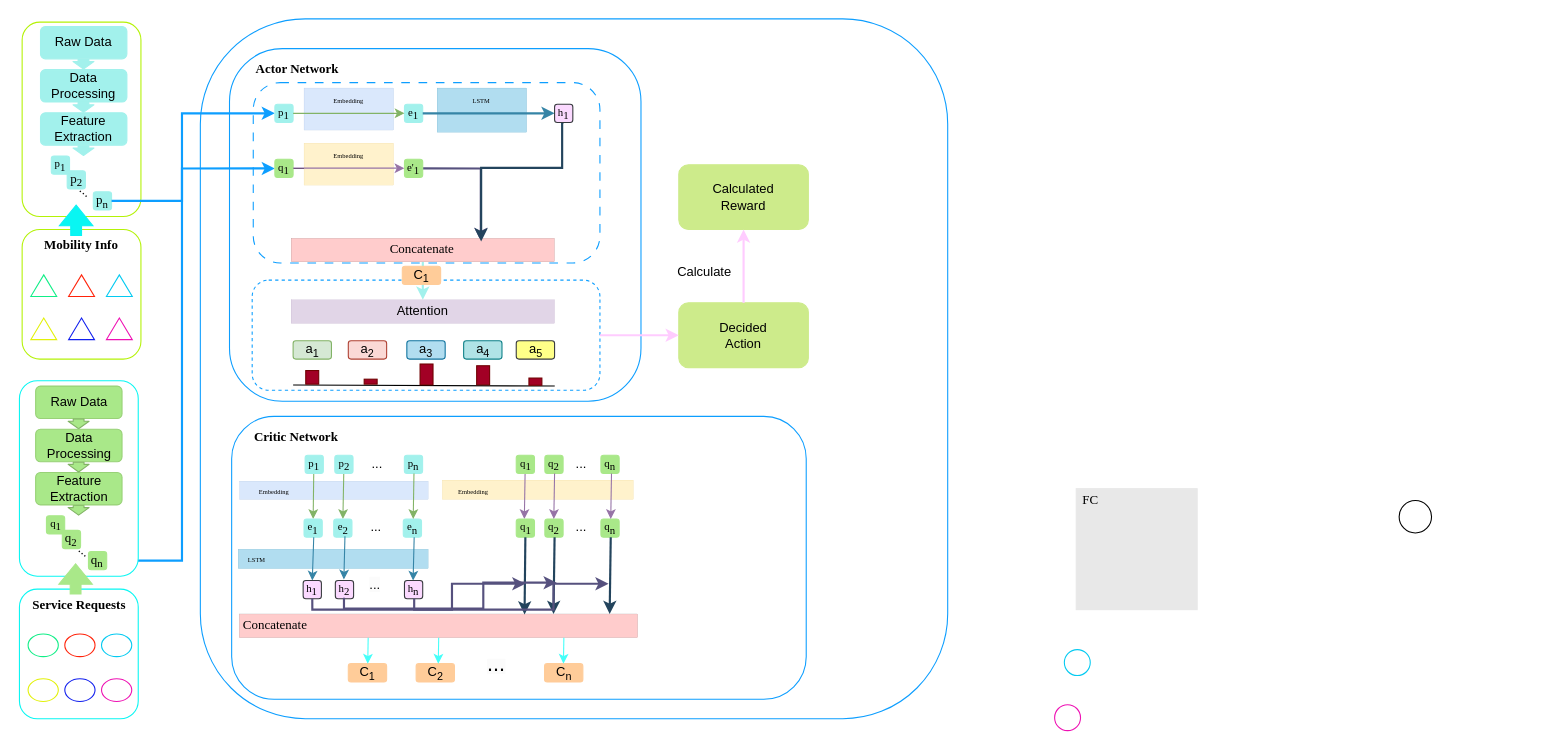
The draw.io diagram 3.drawio in DCLe-DA/Learning-DL-by-Hand, before the edit. Source tidied: cells renumbered, new cells numbered last; positions are measured from the earlier drawing's top-left corner, leaving out a move shared by most shapes. Both pictures are drawn from the tidied source at 108%, with x=0, y=0 at pixel (19, 18).
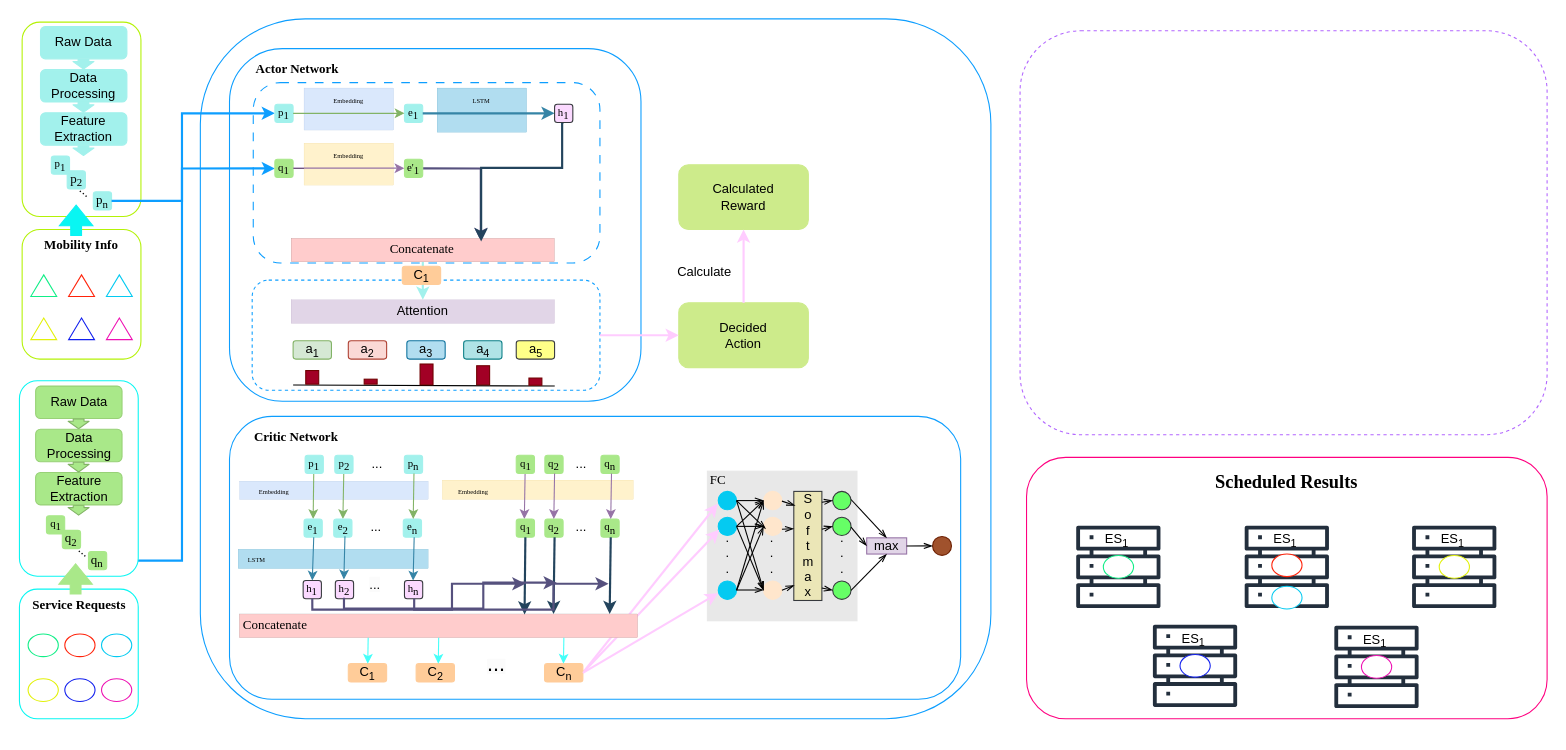
The same page after the edit.

The change refers to these unchanged cells:
```xml
<mxCell id="124" value="C&lt;sub&gt;n&lt;/sub&gt;" style="rounded=1;whiteSpace=wrap;html=1;strokeWidth=1;fontFamily=Helvetica;fontSize=12;fillColor=#ffcc99;strokeColor=#FFCC99;" parent="1" vertex="1">
  <mxGeometry x="485.7" y="597" width="35.5" height="17" as="geometry" />
</mxCell>
```

Diff of the diagram source:
```diff
@@
+    <mxCell id="32" style="rounded=1;whiteSpace=wrap;html=1;strokeWidth=1;fontFamily=Helvetica;fontSize=12;fontColor=default;fillColor=none;gradientColor=none;strokeColor=#0D9EFF;" parent="1" vertex="1">
+      <mxGeometry x="167" width="732" height="648" as="geometry" />
+    </mxCell>
+    <mxCell id="140" style="whiteSpace=wrap;html=1;fillColor=#E8E8E8;strokeColor=#E8E8E8;" parent="1" vertex="1">
+      <mxGeometry x="636.5" y="418.8" width="138.5" height="138.5" as="geometry" />
+    </mxCell>
+    <mxCell id="175" value="S&lt;br&gt;o&lt;br&gt;f&lt;br&gt;t&lt;br&gt;m&lt;br&gt;a&lt;br&gt;x" style="rounded=0;whiteSpace=wrap;html=1;fillColor=#EBE6B7;strokeColor=#36393d;" parent="1" vertex="1">
+      <mxGeometry x="716.5" y="437.5" width="26" height="101" as="geometry" />
+    </mxCell>
+    <mxCell id="141" value="&lt;font face=&quot;Times New Roman&quot;&gt;FC&lt;/font&gt;" style="text;strokeColor=none;align=center;fillColor=none;html=1;verticalAlign=middle;whiteSpace=wrap;rounded=0;" parent="1" vertex="1">
+      <mxGeometry x="632.5" y="416.5" width="27" height="21" as="geometry" />
+    </mxCell>
+    <mxCell id="173" style="ellipse;whiteSpace=wrap;html=1;strokeColor=#04caf1;fillColor=#04CAF1;" parent="1" vertex="1">
+      <mxGeometry x="646.5" y="437.5" width="17" height="17" as="geometry" />
+    </mxCell>
+    <mxCell id="174" style="ellipse;whiteSpace=wrap;html=1;strokeColor=#FFE6CC;fillColor=#ffe6cc;" parent="1" vertex="1">
+      <mxGeometry x="688.5" y="437.5" width="17" height="17" as="geometry" />
+    </mxCell>
+    <mxCell id="176" style="ellipse;whiteSpace=wrap;html=1;strokeColor=#04caf1;fillColor=#04CAF1;" parent="1" vertex="1">
+      <mxGeometry x="646.5" y="461.4" width="17" height="17" as="geometry" />
+    </mxCell>
+    <mxCell id="177" style="ellipse;whiteSpace=wrap;html=1;strokeColor=#04caf1;fillColor=#04CAF1;" parent="1" vertex="1">
+      <mxGeometry x="646.5" y="520.5" width="17" height="17" as="geometry" />
+    </mxCell>
+    <mxCell id="178" value=".&lt;br&gt;.&lt;br&gt;." style="text;strokeColor=none;align=center;fillColor=none;html=1;verticalAlign=middle;whiteSpace=wrap;rounded=0;" parent="1" vertex="1">
+      <mxGeometry x="647.5" y="488.5" width="15" height="13" as="geometry" />
+    </mxCell>
+    <mxCell id="179" style="ellipse;whiteSpace=wrap;html=1;strokeColor=#FFE6CC;fillColor=#ffe6cc;" parent="1" vertex="1">
+      <mxGeometry x="688.5" y="461.4" width="17" height="17" as="geometry" />
+    </mxCell>
+    <mxCell id="180" style="ellipse;whiteSpace=wrap;html=1;strokeColor=#FFE6CC;fillColor=#ffe6cc;" parent="1" vertex="1">
+      <mxGeometry x="688.5" y="520.5" width="17" height="17" as="geometry" />
+    </mxCell>
+    <mxCell id="181" value=".&lt;br&gt;.&lt;br&gt;." style="text;strokeColor=none;align=center;fillColor=none;html=1;verticalAlign=middle;whiteSpace=wrap;rounded=0;" parent="1" vertex="1">
+      <mxGeometry x="688.5" y="488.5" width="15" height="13" as="geometry" />
+    </mxCell>
+    <mxCell id="182" style="endArrow=openThin;html=1;rounded=0;entryX=0;entryY=0.5;entryDx=0;entryDy=0;exitX=1;exitY=0.5;exitDx=0;exitDy=0;endFill=0;" parent="1" edge="1" source="173" target="174">
+      <mxGeometry relative="1" as="geometry" />
+    </mxCell>
+    <mxCell id="183" style="endArrow=openThin;html=1;rounded=0;entryX=0.118;entryY=0.635;entryDx=0;entryDy=0;exitX=1;exitY=0.5;exitDx=0;exitDy=0;endFill=0;entryPerimeter=0;" parent="1" edge="1" source="173" target="179">
+      <mxGeometry relative="1" as="geometry" />
+    </mxCell>
+    <mxCell id="184" style="endArrow=openThin;html=1;rounded=0;entryX=0;entryY=0.5;entryDx=0;entryDy=0;exitX=1;exitY=0.5;exitDx=0;exitDy=0;endFill=0;" parent="1" edge="1" source="173" target="180">
+      <mxGeometry relative="1" as="geometry" />
+    </mxCell>
+    <mxCell id="185" style="endArrow=openThin;html=1;rounded=0;entryX=0;entryY=0.5;entryDx=0;entryDy=0;exitX=1;exitY=0.5;exitDx=0;exitDy=0;endFill=0;" parent="1" edge="1" source="176" target="174">
+      <mxGeometry relative="1" as="geometry" />
+    </mxCell>
+    <mxCell id="186" style="endArrow=openThin;html=1;rounded=0;entryX=0;entryY=0.5;entryDx=0;entryDy=0;exitX=1;exitY=0.5;exitDx=0;exitDy=0;endFill=0;" parent="1" edge="1" source="176" target="179">
+      <mxGeometry relative="1" as="geometry" />
+    </mxCell>
+    <mxCell id="187" style="endArrow=openThin;html=1;rounded=0;entryX=0;entryY=0.5;entryDx=0;entryDy=0;exitX=1;exitY=0.5;exitDx=0;exitDy=0;endFill=0;" parent="1" edge="1" source="176" target="180">
+      <mxGeometry relative="1" as="geometry" />
+    </mxCell>
+    <mxCell id="188" style="endArrow=openThin;html=1;rounded=0;entryX=0;entryY=0.5;entryDx=0;entryDy=0;exitX=1;exitY=0.5;exitDx=0;exitDy=0;endFill=0;" parent="1" edge="1" source="177" target="174">
+      <mxGeometry relative="1" as="geometry" />
+    </mxCell>
+    <mxCell id="189" style="endArrow=openThin;html=1;rounded=0;entryX=0;entryY=0.5;entryDx=0;entryDy=0;exitX=1;exitY=0.5;exitDx=0;exitDy=0;endFill=0;" parent="1" edge="1" source="177" target="179">
+      <mxGeometry relative="1" as="geometry" />
+    </mxCell>
+    <mxCell id="190" style="endArrow=openThin;html=1;rounded=0;entryX=0;entryY=0.5;entryDx=0;entryDy=0;exitX=1;exitY=0.5;exitDx=0;exitDy=0;endFill=0;" parent="1" edge="1">
+      <mxGeometry relative="1" as="geometry">
+        <mxPoint x="663.5" y="528.8" as="sourcePoint" />
+        <mxPoint x="688.5" y="528.8" as="targetPoint" />
+      </mxGeometry>
+    </mxCell>
+    <mxCell id="191" style="endArrow=openThin;html=1;rounded=0;entryX=0.016;entryY=0.861;entryDx=0;entryDy=0;exitX=1;exitY=0.5;exitDx=0;exitDy=0;endFill=0;entryPerimeter=0;" parent="1" edge="1" source="180" target="175">
+      <mxGeometry relative="1" as="geometry" />
+    </mxCell>
+    <mxCell id="192" style="endArrow=openThin;html=1;rounded=0;entryX=0.002;entryY=0.342;entryDx=0;entryDy=0;exitX=1;exitY=0.5;exitDx=0;exitDy=0;endFill=0;entryPerimeter=0;" parent="1" edge="1" target="175">
+      <mxGeometry relative="1" as="geometry">
+        <mxPoint x="705.5" y="472.5" as="sourcePoint" />
+      </mxGeometry>
+    </mxCell>
+    <mxCell id="193" style="endArrow=openThin;html=1;rounded=0;entryX=0.046;entryY=0.13;entryDx=0;entryDy=0;exitX=1;exitY=0.5;exitDx=0;exitDy=0;endFill=0;entryPerimeter=0;" parent="1" edge="1" target="175">
+      <mxGeometry relative="1" as="geometry">
+        <mxPoint x="705.5" y="446.5" as="sourcePoint" />
+      </mxGeometry>
+    </mxCell>
+    <mxCell id="194" style="ellipse;whiteSpace=wrap;html=1;strokeColor=#36393d;fillColor=#66FF66;" parent="1" vertex="1">
+      <mxGeometry x="752.5" y="461.4" width="17" height="17" as="geometry" />
+    </mxCell>
+    <mxCell id="195" style="ellipse;whiteSpace=wrap;html=1;strokeColor=#36393d;fillColor=#66FF66;" parent="1" vertex="1">
+      <mxGeometry x="752.5" y="437.5" width="17" height="17" as="geometry" />
+    </mxCell>
+    <mxCell id="196" style="ellipse;whiteSpace=wrap;html=1;strokeColor=#36393d;fillColor=#66FF66;" parent="1" vertex="1">
+      <mxGeometry x="752.5" y="520.5" width="17" height="17" as="geometry" />
+    </mxCell>
+    <mxCell id="197" value=".&lt;br&gt;.&lt;br&gt;." style="text;strokeColor=none;align=center;fillColor=none;html=1;verticalAlign=middle;whiteSpace=wrap;rounded=0;" parent="1" vertex="1">
+      <mxGeometry x="753.5" y="488.5" width="15" height="13" as="geometry" />
+    </mxCell>
+    <mxCell id="198" style="endArrow=openThin;html=1;rounded=0;entryX=0;entryY=0.5;entryDx=0;entryDy=0;exitX=1;exitY=0.5;exitDx=0;exitDy=0;endFill=0;" parent="1" edge="1" target="195">
+      <mxGeometry relative="1" as="geometry">
+        <mxPoint x="742.5" y="447.5" as="sourcePoint" />
+      </mxGeometry>
+    </mxCell>
+    <mxCell id="199" style="endArrow=openThin;html=1;rounded=0;entryX=0;entryY=0.5;entryDx=0;entryDy=0;exitX=1;exitY=0.5;exitDx=0;exitDy=0;endFill=0;" parent="1" edge="1" target="194">
+      <mxGeometry relative="1" as="geometry">
+        <mxPoint x="742.5" y="472.5" as="sourcePoint" />
+      </mxGeometry>
+    </mxCell>
+    <mxCell id="200" style="endArrow=openThin;html=1;rounded=0;entryX=0;entryY=0.5;entryDx=0;entryDy=0;exitX=1;exitY=0.5;exitDx=0;exitDy=0;endFill=0;" parent="1" edge="1" target="196">
+      <mxGeometry relative="1" as="geometry">
+        <mxPoint x="742.5" y="527" as="sourcePoint" />
+      </mxGeometry>
+    </mxCell>
+    <mxCell id="34" style="rounded=1;whiteSpace=wrap;html=1;strokeWidth=1;fontFamily=Helvetica;fontSize=12;fontColor=default;fillColor=none;gradientColor=none;strokeColor=#0D9EFF;" parent="1" vertex="1">
+      <mxGeometry x="194" y="368" width="677" height="262" as="geometry" />
+    </mxCell>
+    <mxCell id="201" style="endArrow=classic;html=1;rounded=0;fontFamily=Helvetica;fontSize=12;fontColor=default;strokeWidth=2;fillColor=#ffcccc;strokeColor=#FFCCFF;entryX=0.706;entryY=0.408;entryDx=0;entryDy=0;entryPerimeter=0;exitX=1;exitY=0.5;exitDx=0;exitDy=0;" parent="1" edge="1" source="124">
+      <mxGeometry relative="1" as="geometry">
+        <mxPoint x="647.5" y="473" as="targetPoint" />
+      </mxGeometry>
+    </mxCell>
+    <mxCell id="202" style="endArrow=classic;html=1;rounded=0;fontFamily=Helvetica;fontSize=12;fontColor=default;strokeWidth=2;fillColor=#ffcccc;strokeColor=#FFCCFF;" parent="1" edge="1">
+      <mxGeometry relative="1" as="geometry">
+        <mxPoint x="521.2" y="605.3" as="sourcePoint" />
+        <mxPoint x="646" y="449" as="targetPoint" />
+      </mxGeometry>
+    </mxCell>
@@
-    <mxCell id="32" style="rounded=1;whiteSpace=wrap;html=1;strokeWidth=1;fontFamily=Helvetica;fontSize=12;fontColor=default;fillColor=none;gradientColor=none;strokeColor=#0D9EFF;" parent="1" vertex="1">
-      <mxGeometry x="167" width="692" height="648" as="geometry" />
-    </mxCell>
@@
-    <mxCell id="34" style="rounded=1;whiteSpace=wrap;html=1;strokeWidth=1;fontFamily=Helvetica;fontSize=12;fontColor=default;fillColor=none;gradientColor=none;strokeColor=#0D9EFF;" parent="1" vertex="1">
-      <mxGeometry x="196" y="368" width="532" height="262" as="geometry" />
-    </mxCell>
@@
-    <mxCell id="140" style="whiteSpace=wrap;html=1;fillColor=#E8E8E8;strokeColor=#E8E8E8;" parent="1" vertex="1">
-      <mxGeometry x="978" y="435" width="112" height="112" as="geometry" />
-    </mxCell>
-    <mxCell id="141" value="&lt;font face=&quot;Times New Roman&quot;&gt;FC&lt;/font&gt;" style="text;strokeColor=none;align=center;fillColor=none;html=1;verticalAlign=middle;whiteSpace=wrap;rounded=0;" parent="1" vertex="1">
-      <mxGeometry x="978" y="435" width="27" height="21" as="geometry" />
-    </mxCell>
-    <mxCell id="142" style="ellipse;whiteSpace=wrap;html=1;" parent="1" vertex="1">
-      <mxGeometry x="1277" y="446" width="30" height="30" as="geometry" />
-    </mxCell>
@@
-    <mxCell id="173" style="ellipse;whiteSpace=wrap;html=1;strokeColor=#04caf1;" parent="1" vertex="1">
-      <mxGeometry x="967" y="584" width="24" height="24" as="geometry" />
-    </mxCell>
-    <mxCell id="174" style="ellipse;whiteSpace=wrap;html=1;strokeColor=#ee11b3;" parent="1" vertex="1">
-      <mxGeometry x="958" y="635" width="24" height="24" as="geometry" />
-    </mxCell>
+    <mxCell id="203" style="endArrow=classic;html=1;rounded=0;fontFamily=Helvetica;fontSize=12;fontColor=default;strokeWidth=2;fillColor=#ffcccc;strokeColor=#FFCCFF;entryX=0.688;entryY=0.844;entryDx=0;entryDy=0;entryPerimeter=0;exitX=1;exitY=0.5;exitDx=0;exitDy=0;" parent="1" edge="1" source="124">
+      <mxGeometry relative="1" as="geometry">
+        <mxPoint x="646.5" y="531.7" as="targetPoint" />
+      </mxGeometry>
+    </mxCell>
+    <mxCell id="204" value="max" style="rounded=0;whiteSpace=wrap;html=1;fillColor=#e1d5e7;strokeColor=#9673a6;" parent="1" vertex="1">
+      <mxGeometry x="784" y="480.5" width="37" height="15" as="geometry" />
+    </mxCell>
+    <mxCell id="205" style="endArrow=openThin;html=1;rounded=0;entryX=0.5;entryY=1;entryDx=0;entryDy=0;exitX=0.91;exitY=0.615;exitDx=0;exitDy=0;endFill=0;exitPerimeter=0;" parent="1" edge="1" target="204">
+      <mxGeometry relative="1" as="geometry">
+        <mxPoint x="769.5" y="529.1" as="sourcePoint" />
+      </mxGeometry>
+    </mxCell>
+    <mxCell id="206" style="endArrow=openThin;html=1;rounded=0;entryX=0;entryY=0.5;entryDx=0;entryDy=0;exitX=0.91;exitY=0.615;exitDx=0;exitDy=0;endFill=0;exitPerimeter=0;" parent="1" edge="1" target="204">
+      <mxGeometry relative="1" as="geometry">
+        <mxPoint x="769.5" y="470.5" as="sourcePoint" />
+      </mxGeometry>
+    </mxCell>
+    <mxCell id="207" style="endArrow=openThin;html=1;rounded=0;entryX=0.5;entryY=0;entryDx=0;entryDy=0;exitX=0.91;exitY=0.615;exitDx=0;exitDy=0;endFill=0;exitPerimeter=0;" parent="1" edge="1" target="204">
+      <mxGeometry relative="1" as="geometry">
+        <mxPoint x="769.5" y="445" as="sourcePoint" />
+      </mxGeometry>
+    </mxCell>
+    <mxCell id="208" style="ellipse;whiteSpace=wrap;html=1;fillColor=#a0522d;fontColor=#ffffff;strokeColor=#6D1F00;" parent="1" vertex="1">
+      <mxGeometry x="845" y="479.2" width="17.5" height="17.5" as="geometry" />
+    </mxCell>
+    <mxCell id="209" style="endArrow=openThin;html=1;rounded=0;entryX=0;entryY=0.5;entryDx=0;entryDy=0;exitX=1;exitY=0.5;exitDx=0;exitDy=0;endFill=0;" parent="1" edge="1" source="204" target="208">
+      <mxGeometry relative="1" as="geometry" />
+    </mxCell>
+    <mxCell id="210" style="rounded=1;whiteSpace=wrap;html=1;strokeColor=#FF0080;" parent="1" vertex="1">
+      <mxGeometry x="932" y="406" width="482" height="242" as="geometry" />
+    </mxCell>
+    <mxCell id="211" style="rounded=1;whiteSpace=wrap;html=1;strokeColor=#B266FF;dashed=1;" parent="1" vertex="1">
+      <mxGeometry x="926" y="11" width="488" height="374" as="geometry" />
+    </mxCell>
+    <mxCell id="212" style="group;" parent="1" vertex="1">
+      <mxGeometry x="978" y="468.4" width="78" height="78" as="geometry" />
+    </mxCell>
+    <mxCell id="213" style="sketch=0;fontColor=#232F3E;gradientColor=none;fillColor=#232F3D;strokeColor=none;dashed=0;verticalLabelPosition=bottom;verticalAlign=top;align=center;html=1;fontSize=12;fontStyle=0;shape=mxgraph.aws4.servers;" parent="212" vertex="1">
+      <mxGeometry width="78" height="78" as="geometry" />
+    </mxCell>
+    <mxCell id="214" value="&lt;div style=&quot;text-align: center;&quot;&gt;&lt;span style=&quot;background-color: initial;&quot;&gt;ES&lt;sub&gt;1&lt;/sub&gt;&lt;/span&gt;&lt;/div&gt;" style="text;whiteSpace=wrap;html=1;" parent="212" vertex="1">
+      <mxGeometry x="25.1" width="27.8" height="22" as="geometry" />
+    </mxCell>
+    <mxCell id="215" style="ellipse;whiteSpace=wrap;html=1;strokeColor=#11EE87;" parent="212" vertex="1">
+      <mxGeometry x="25.1" y="28.5" width="28" height="21" as="geometry" />
+    </mxCell>
+    <mxCell id="216" style="group;" parent="1" vertex="1">
+      <mxGeometry x="1134" y="468.4" width="78" height="78" as="geometry" />
+    </mxCell>
+    <mxCell id="217" style="sketch=0;fontColor=#232F3E;gradientColor=none;fillColor=#232F3D;strokeColor=none;dashed=0;verticalLabelPosition=bottom;verticalAlign=top;align=center;html=1;fontSize=12;fontStyle=0;shape=mxgraph.aws4.servers;" parent="216" vertex="1">
+      <mxGeometry width="78" height="78" as="geometry" />
+    </mxCell>
+    <mxCell id="218" value="&lt;div style=&quot;text-align: center;&quot;&gt;&lt;span style=&quot;background-color: initial;&quot;&gt;ES&lt;sub&gt;1&lt;/sub&gt;&lt;/span&gt;&lt;/div&gt;" style="text;whiteSpace=wrap;html=1;" parent="216" vertex="1">
+      <mxGeometry x="25.1" width="27.8" height="22" as="geometry" />
+    </mxCell>
+    <mxCell id="219" style="ellipse;whiteSpace=wrap;html=1;strokeColor=#FF230A;" parent="216" vertex="1">
+      <mxGeometry x="25.1" y="27" width="28" height="21" as="geometry" />
+    </mxCell>
+    <mxCell id="220" style="ellipse;whiteSpace=wrap;html=1;strokeColor=#04CAF1;" parent="216" vertex="1">
+      <mxGeometry x="25.1" y="57" width="28" height="21" as="geometry" />
+    </mxCell>
+    <mxCell id="221" style="group;" parent="1" vertex="1">
+      <mxGeometry x="1289" y="468.4" width="78" height="78" as="geometry" />
+    </mxCell>
+    <mxCell id="222" style="sketch=0;fontColor=#232F3E;gradientColor=none;fillColor=#232F3D;strokeColor=none;dashed=0;verticalLabelPosition=bottom;verticalAlign=top;align=center;html=1;fontSize=12;fontStyle=0;shape=mxgraph.aws4.servers;" parent="221" vertex="1">
+      <mxGeometry width="78" height="78" as="geometry" />
+    </mxCell>
+    <mxCell id="223" value="&lt;div style=&quot;text-align: center;&quot;&gt;&lt;span style=&quot;background-color: initial;&quot;&gt;ES&lt;sub&gt;1&lt;/sub&gt;&lt;/span&gt;&lt;/div&gt;" style="text;whiteSpace=wrap;html=1;" parent="221" vertex="1">
+      <mxGeometry x="25.1" width="27.8" height="22" as="geometry" />
+    </mxCell>
+    <mxCell id="224" style="ellipse;whiteSpace=wrap;html=1;strokeColor=#E2F109;" parent="221" vertex="1">
+      <mxGeometry x="25.1" y="28.5" width="28" height="21" as="geometry" />
+    </mxCell>
+    <mxCell id="225" style="group;" parent="1" vertex="1">
+      <mxGeometry x="1049" y="560" width="78" height="78" as="geometry" />
+    </mxCell>
+    <mxCell id="226" style="sketch=0;fontColor=#232F3E;gradientColor=none;fillColor=#232F3D;strokeColor=none;dashed=0;verticalLabelPosition=bottom;verticalAlign=top;align=center;html=1;fontSize=12;fontStyle=0;shape=mxgraph.aws4.servers;" parent="225" vertex="1">
+      <mxGeometry width="78" height="78" as="geometry" />
+    </mxCell>
+    <mxCell id="227" value="&lt;div style=&quot;text-align: center;&quot;&gt;&lt;span style=&quot;background-color: initial;&quot;&gt;ES&lt;sub&gt;1&lt;/sub&gt;&lt;/span&gt;&lt;/div&gt;" style="text;whiteSpace=wrap;html=1;" parent="225" vertex="1">
+      <mxGeometry x="25.1" width="27.8" height="22" as="geometry" />
+    </mxCell>
+    <mxCell id="228" style="ellipse;whiteSpace=wrap;html=1;strokeColor=#111FEE;" parent="225" vertex="1">
+      <mxGeometry x="25.1" y="28.5" width="28" height="21" as="geometry" />
+    </mxCell>
+    <mxCell id="229" style="group;" parent="1" vertex="1">
+      <mxGeometry x="1217" y="561" width="78" height="78" as="geometry" />
+    </mxCell>
+    <mxCell id="230" style="sketch=0;fontColor=#232F3E;gradientColor=none;fillColor=#232F3D;strokeColor=none;dashed=0;verticalLabelPosition=bottom;verticalAlign=top;align=center;html=1;fontSize=12;fontStyle=0;shape=mxgraph.aws4.servers;" parent="229" vertex="1">
+      <mxGeometry width="78" height="78" as="geometry" />
+    </mxCell>
+    <mxCell id="231" value="&lt;div style=&quot;text-align: center;&quot;&gt;&lt;span style=&quot;background-color: initial;&quot;&gt;ES&lt;sub&gt;1&lt;/sub&gt;&lt;/span&gt;&lt;/div&gt;" style="text;whiteSpace=wrap;html=1;" parent="229" vertex="1">
+      <mxGeometry x="25.1" width="27.8" height="22" as="geometry" />
+    </mxCell>
+    <mxCell id="232" style="ellipse;whiteSpace=wrap;html=1;strokeColor=#EE11B3;" parent="229" vertex="1">
+      <mxGeometry x="25.1" y="28.5" width="28" height="21" as="geometry" />
+    </mxCell>
+    <mxCell id="233" value="&lt;font size=&quot;1&quot; face=&quot;Times New Roman&quot;&gt;&lt;b style=&quot;font-size: 17px;&quot;&gt;Scheduled Results&lt;/b&gt;&lt;/font&gt;" style="text;strokeColor=none;align=center;fillColor=none;html=1;verticalAlign=middle;whiteSpace=wrap;rounded=0;fontSize=12;fontFamily=Helvetica;fontColor=default;" parent="1" vertex="1">
+      <mxGeometry x="1035" y="415" width="276" height="30" as="geometry" />
+    </mxCell>
```
